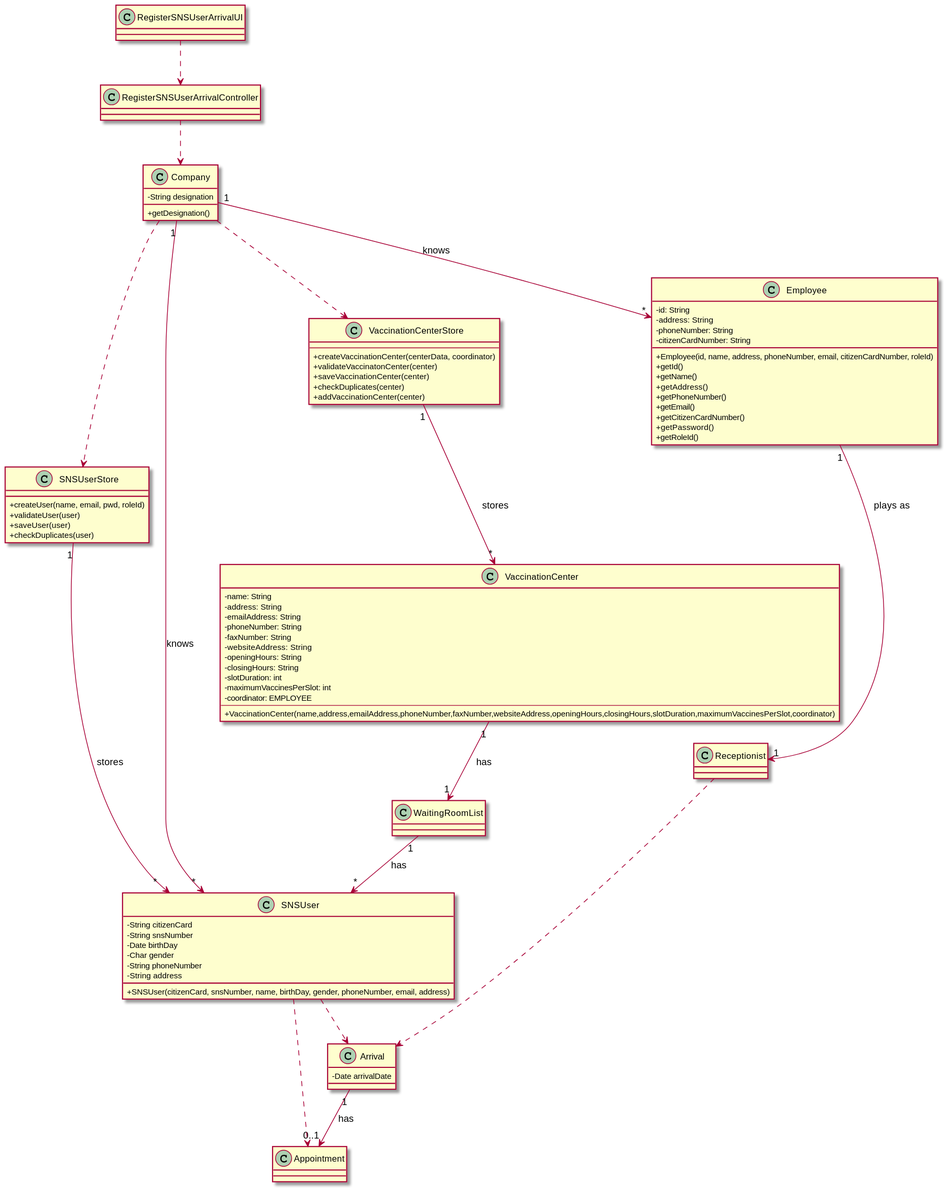
Before: docs/SprintC/US04/CD/US04_CD.svg, a diagram exported from PlantUML (miseEnPlace-i/lapr2).
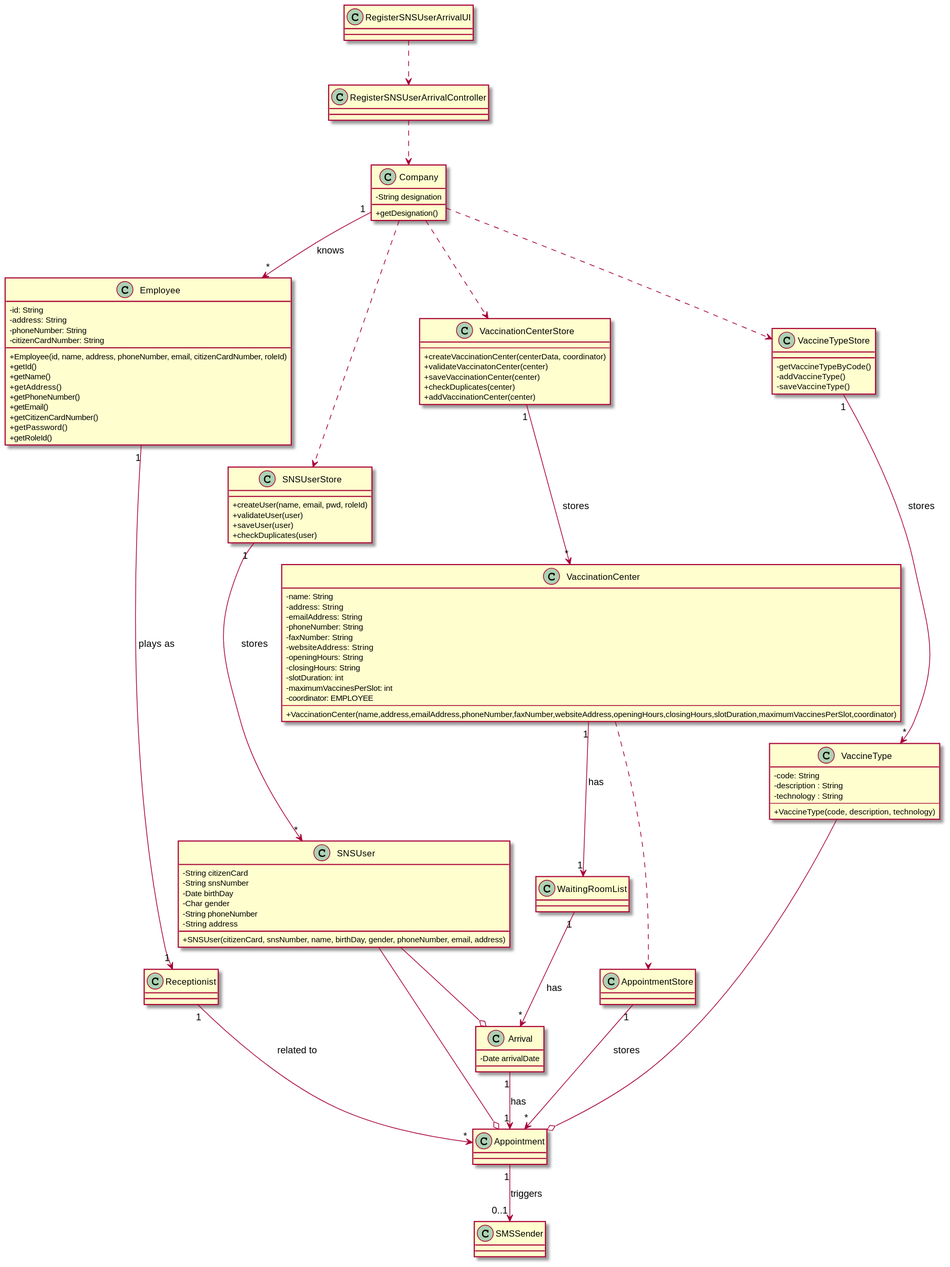
After the commit.

Change to the diagram source:
```diff
@@ -1,14 +1,38 @@
 @startuml US04_CD
 skinparam classAttributeIconSize 0
 
-class RegisterSNSUserArrivalUI {}
+class Appointment {}
 
-class RegisterSNSUserArrivalController {}
+class AppointmentStore {}
+
+class Arrival {
+  - Date arrivalDate
+}
 
 class Company {
   - String designation
   + getDesignation()
 }
+
+class Employee {
+  - id: String
+  - address: String
+  - phoneNumber: String
+  - citizenCardNumber: String
+  + Employee(id, name, address, phoneNumber, email, citizenCardNumber, roleId)
+  + getId()
+  + getName()
+  + getAddress()
+  + getPhoneNumber()
+  + getEmail()
+  + getCitizenCardNumber()
+  + getPassword()
+  + getRoleId()
+}
+
+class RegisterSNSUserArrivalUI {}
+
+class RegisterSNSUserArrivalController {}
 
 class SNSUser {
   - String citizenCard
@@ -27,40 +51,11 @@
   + checkDuplicates(user)
 }
 
-class Employee {
-  - id: String
-  - address: String
-  - phoneNumber: String
-  - citizenCardNumber: String
-  + Employee(id, name, address, phoneNumber, email, citizenCardNumber, roleId)
-  + getId()
-  + getName()
-  + getAddress()
-  + getPhoneNumber()
-  + getEmail()
-  + getCitizenCardNumber()
-  + getPassword()
-  + getRoleId()
-}
 
 class Receptionist {}
 
-class Arrival {
-  - Date arrivalDate
-}
 
-class Appointment {}
-
-class WaitingRoomList {}
-
-class VaccinationCenterStore {
-  ---
-  + createVaccinationCenter(centerData, coordinator)
-  + validateVaccinatonCenter(center)
-  + saveVaccinationCenter(center)
-  + checkDuplicates(center)
-  + addVaccinationCenter(center)
-}
+class SMSSender {}
 
 class VaccinationCenter {
   - name: String
@@ -78,29 +73,65 @@
   + VaccinationCenter(name,address,emailAddress,phoneNumber,faxNumber,websiteAddress,openingHours,closingHours,slotDuration,maximumVaccinesPerSlot,coordinator)
 }
 
-Arrival "1" --> "0..1" Appointment : has
+class VaccinationCenterStore {
+  ---
+  + createVaccinationCenter(centerData, coordinator)
+  + validateVaccinatonCenter(center)
+  + saveVaccinationCenter(center)
+  + checkDuplicates(center)
+  + addVaccinationCenter(center)
+}
+
+class VaccineType {
+  - code: String
+  - description : String
+  - technology : String
+  ---
+  + VaccineType(code, description, technology)
+}
+
+class VaccineTypeStore {
+  - getVaccineTypeByCode()
+  - addVaccineType()
+  - saveVaccineType()
+}
+
+class WaitingRoomList {}
+
+
+Appointment "1" --> "0..1" SMSSender : triggers
+
+AppointmentStore "1" --> "*" Appointment : stores
+
+Arrival "1" --> "1" Appointment : has
 
 Company ..> SNSUserStore
 Company ..> VaccinationCenterStore
-Company "1" --> "*" SNSUser : knows
+Company ..> VaccineTypeStore
 Company "1" --> "*" Employee : knows
 
 Employee "1" --> "1" Receptionist : plays as
 
-Receptionist ..> Arrival
+Receptionist "1" --> "*" Appointment : related to
 
 RegisterSNSUserArrivalController ..> Company
 
 RegisterSNSUserArrivalUI ..> RegisterSNSUserArrivalController
 
+SNSUser --o Arrival
+SNSUser --o Appointment
+
 SNSUserStore "1" --> "*" SNSUser : stores
+
+VaccinationCenter "1" --> "1" WaitingRoomList : has
+VaccinationCenter ..> AppointmentStore
+
 VaccinationCenterStore "1" --> "*" VaccinationCenter : stores
 
-VaccinationCenter "1" --> "1" WaitingRoomList : has
+VaccineType --o Appointment
 
-SNSUser ..> Arrival
-SNSUser ..> Appointment
+VaccineTypeStore "1" --> "*" VaccineType : stores
 
-WaitingRoomList "1" --> "*" SNSUser : has
+WaitingRoomList "1" --> "*" Arrival : has
 
 @enduml
```
